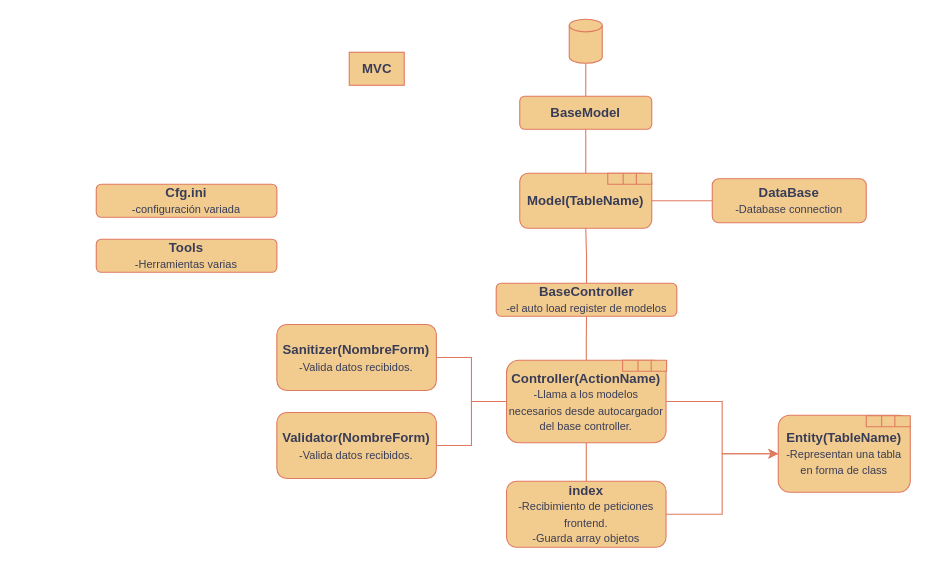
SergioCorredorT/destinyairlinesReact keeps this draw.io diagram as UML/Backend/5 DF_servidor.drawio. Above is the earlier version. Source tidied: cells renumbered, new cells numbered last; positions are measured from the earlier drawing's top-left corner, leaving out a move shared by most shapes. Both pictures are drawn from the tidied source at 110%, with x=0, y=0 at pixel (96, 19).
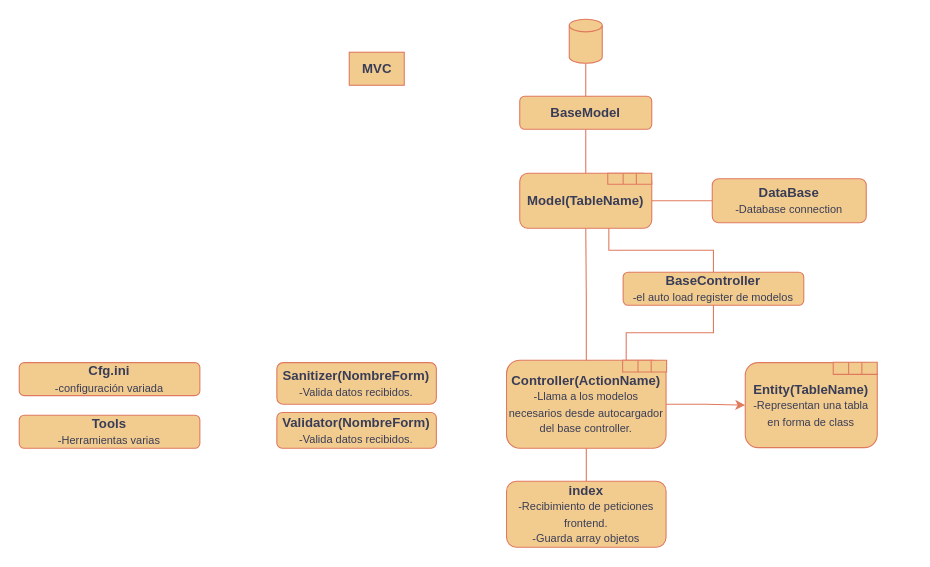
After the change.

The change refers to these unchanged cells:
```xml
<mxCell id="13" value="&lt;b&gt;index&lt;br&gt;&lt;/b&gt;&lt;font style=&quot;font-size: 10px;&quot;&gt;-Recibimiento de peticiones frontend.&lt;br&gt;-Guarda array objetos&lt;br&gt;&lt;/font&gt;" style="rounded=1;whiteSpace=wrap;html=1;fontSize=12;glass=0;strokeWidth=1;shadow=0;labelBackgroundColor=none;fillColor=#F2CC8F;strokeColor=#E07A5F;fontColor=#393C56;" parent="1" vertex="1">
  <mxGeometry x="373" y="420" width="145" height="60" as="geometry" />
</mxCell>
<mxCell id="30" value="&lt;b&gt;Model(TableName)&lt;/b&gt;" style="rounded=1;whiteSpace=wrap;html=1;fontSize=12;glass=0;strokeWidth=1;shadow=0;labelBackgroundColor=none;fillColor=#F2CC8F;strokeColor=#E07A5F;fontColor=#393C56;" parent="29" vertex="1">
  <mxGeometry width="120" height="50" as="geometry" />
</mxCell>
```

Diff of the diagram source:
```diff
@@
-    <mxCell id="8" style="edgeStyle=orthogonalEdgeStyle;rounded=0;jettySize=auto;html=1;entryX=0.5;entryY=1;entryDx=0;entryDy=0;endArrow=none;endFill=0;labelBackgroundColor=none;strokeColor=#E07A5F;fontColor=default;exitX=0.5;exitY=0;exitDx=0;exitDy=0;" parent="1" edge="1" source="38" target="30">
+    <mxCell id="8" style="edgeStyle=orthogonalEdgeStyle;rounded=0;jettySize=auto;html=1;entryX=0.675;entryY=0.96;entryDx=0;entryDy=0;endArrow=none;endFill=0;labelBackgroundColor=none;strokeColor=#E07A5F;fontColor=default;exitX=0.5;exitY=0;exitDx=0;exitDy=0;entryPerimeter=0;" parent="1" edge="1" source="38" target="30">
       <mxGeometry relative="1" as="geometry" />
     </mxCell>
-    <mxCell id="9" style="edgeStyle=orthogonalEdgeStyle;rounded=0;jettySize=auto;html=1;entryX=0;entryY=0.5;entryDx=0;entryDy=0;labelBackgroundColor=none;strokeColor=#E07A5F;fontColor=default;" parent="1" edge="1" source="13" target="23">
-      <mxGeometry relative="1" as="geometry" />
-    </mxCell>
-    <mxCell id="10" style="edgeStyle=orthogonalEdgeStyle;rounded=0;jettySize=auto;html=1;exitX=0;exitY=0.5;exitDx=0;exitDy=0;endArrow=none;endFill=0;labelBackgroundColor=none;strokeColor=#E07A5F;fontColor=default;entryX=1;entryY=0.5;entryDx=0;entryDy=0;" parent="1" edge="1" source="16" target="14">
-      <mxGeometry relative="1" as="geometry" />
-    </mxCell>
@@
-    <mxCell id="12" style="edgeStyle=orthogonalEdgeStyle;rounded=0;jettySize=auto;html=1;entryX=1;entryY=0.5;entryDx=0;entryDy=0;endArrow=none;endFill=0;exitX=0;exitY=0.5;exitDx=0;exitDy=0;labelBackgroundColor=none;strokeColor=#E07A5F;fontColor=default;" parent="1" edge="1" source="16" target="42">
-      <mxGeometry relative="1" as="geometry" />
-    </mxCell>
@@
     <mxCell id="14" value="&lt;b&gt;Validator(NombreForm)&lt;br&gt;&lt;/b&gt;&lt;font style=&quot;font-size: 10px;&quot;&gt;-Valida datos recibidos.&lt;/font&gt;" style="rounded=1;whiteSpace=wrap;html=1;fontSize=12;glass=0;strokeWidth=1;shadow=0;labelBackgroundColor=none;fillColor=#F2CC8F;strokeColor=#E07A5F;fontColor=#393C56;" parent="1" vertex="1">
-      <mxGeometry x="164.2" y="357.5" width="145" height="60" as="geometry" />
+      <mxGeometry x="164.2" y="357.5" width="145" height="32.5" as="geometry" />
     </mxCell>
     <mxCell id="15" style="group;labelBackgroundColor=none;fontColor=#393C56;" parent="1" vertex="1">
-      <mxGeometry x="373" y="310" width="145.5" height="75" as="geometry" />
+      <mxGeometry x="373" y="310" width="145.5" height="80" as="geometry" />
     </mxCell>
     <mxCell id="16" value="&lt;b&gt;Controller(ActionName)&lt;br&gt;&lt;/b&gt;&lt;font style=&quot;font-size: 10px;&quot;&gt;-Llama a los modelos necesarios desde autocargador del base controller.&lt;/font&gt;&lt;b&gt;&lt;br&gt;&lt;/b&gt;" style="rounded=1;whiteSpace=wrap;html=1;fontSize=12;glass=0;strokeWidth=1;shadow=0;labelBackgroundColor=none;fillColor=#F2CC8F;strokeColor=#E07A5F;fontColor=#393C56;" parent="15" vertex="1">
-      <mxGeometry width="145" height="75" as="geometry" />
+      <mxGeometry width="145" height="80" as="geometry" />
     </mxCell>
     <mxCell id="17" style="shape=table;startSize=0;childLayout=tableLayout;fontSize=16;labelBackgroundColor=none;fillColor=#F2CC8F;strokeColor=#E07A5F;fontColor=#393C56;" parent="15" vertex="1">
-      <mxGeometry x="105.5" width="40" height="10" as="geometry" />
+      <mxGeometry x="105.5" width="40" height="10.7" as="geometry" />
     </mxCell>
     <mxCell id="18" style="shape=tableRow;horizontal=0;startSize=0;swimlaneHead=0;swimlaneBody=0;strokeColor=#E07A5F;top=0;left=0;bottom=0;right=0;fillColor=none;fontSize=16;swimlaneLine=1;labelBackgroundColor=none;fontColor=#393C56;" parent="17" vertex="1">
-      <mxGeometry width="40" height="10" as="geometry" />
+      <mxGeometry width="40" height="11" as="geometry" />
     </mxCell>
     <mxCell id="19" style="shape=partialRectangle;html=1;whiteSpace=wrap;strokeColor=#E07A5F;overflow=hidden;fillColor=none;top=0;left=0;bottom=0;right=0;fontSize=16;labelBackgroundColor=none;fontColor=#393C56;" parent="18" vertex="1">
-      <mxGeometry width="14" height="10" as="geometry" />
+      <mxGeometry width="14" height="11" as="geometry" />
     </mxCell>
     <mxCell id="20" style="shape=partialRectangle;html=1;whiteSpace=wrap;strokeColor=#E07A5F;overflow=hidden;fillColor=none;top=0;left=0;bottom=0;right=0;fontSize=16;labelBackgroundColor=none;fontColor=#393C56;" parent="18" vertex="1">
-      <mxGeometry x="14" width="12" height="10" as="geometry" />
+      <mxGeometry x="14" width="12" height="11" as="geometry" />
     </mxCell>
     <mxCell id="21" style="shape=partialRectangle;html=1;whiteSpace=wrap;strokeColor=#E07A5F;overflow=hidden;fillColor=none;top=0;left=0;bottom=0;right=0;fontSize=16;labelBackgroundColor=none;fontColor=#393C56;" parent="18" vertex="1">
-      <mxGeometry x="26" width="14" height="10" as="geometry" />
+      <mxGeometry x="26" width="14" height="11" as="geometry" />
     </mxCell>
     <mxCell id="22" style="group;labelBackgroundColor=none;fontColor=#393C56;" parent="1" vertex="1">
-      <mxGeometry x="620" y="360" width="120" height="70.5" as="geometry" />
+      <mxGeometry x="590" y="312.2" width="120" height="77.8" as="geometry" />
     </mxCell>
     <mxCell id="23" value="&lt;b&gt;Entity(TableName)&lt;br&gt;&lt;/b&gt;&lt;font style=&quot;font-size: 10px;&quot;&gt;-Representan una tabla en forma de class&lt;/font&gt;" style="rounded=1;whiteSpace=wrap;html=1;fontSize=12;glass=0;strokeWidth=1;shadow=0;labelBackgroundColor=none;fillColor=#F2CC8F;strokeColor=#E07A5F;fontColor=#393C56;" parent="22" vertex="1">
-      <mxGeometry width="120" height="70" as="geometry" />
+      <mxGeometry width="120" height="77.2" as="geometry" />
     </mxCell>
     <mxCell id="24" style="shape=table;startSize=0;childLayout=tableLayout;fontSize=16;labelBackgroundColor=none;fillColor=#F2CC8F;strokeColor=#E07A5F;fontColor=#393C56;" parent="22" vertex="1">
-      <mxGeometry x="80" y="0.5" width="40" height="10" as="geometry" />
+      <mxGeometry x="80" y="-0.4" width="40" height="11" as="geometry" />
     </mxCell>
     <mxCell id="25" style="shape=tableRow;horizontal=0;startSize=0;swimlaneHead=0;swimlaneBody=0;strokeColor=#E07A5F;top=0;left=0;bottom=0;right=0;fillColor=none;fontSize=16;swimlaneLine=1;labelBackgroundColor=none;fontColor=#393C56;" parent="24" vertex="1">
-      <mxGeometry width="40" height="10" as="geometry" />
+      <mxGeometry width="40" height="11" as="geometry" />
     </mxCell>
     <mxCell id="26" style="shape=partialRectangle;html=1;whiteSpace=wrap;strokeColor=#E07A5F;overflow=hidden;fillColor=none;top=0;left=0;bottom=0;right=0;fontSize=16;labelBackgroundColor=none;fontColor=#393C56;" parent="25" vertex="1">
-      <mxGeometry width="14" height="10" as="geometry" />
+      <mxGeometry width="14" height="11" as="geometry" />
     </mxCell>
     <mxCell id="27" style="shape=partialRectangle;html=1;whiteSpace=wrap;strokeColor=#E07A5F;overflow=hidden;fillColor=none;top=0;left=0;bottom=0;right=0;fontSize=16;labelBackgroundColor=none;fontColor=#393C56;" parent="25" vertex="1">
-      <mxGeometry x="14" width="12" height="10" as="geometry" />
+      <mxGeometry x="14" width="12" height="11" as="geometry" />
     </mxCell>
     <mxCell id="28" style="shape=partialRectangle;html=1;whiteSpace=wrap;strokeColor=#E07A5F;overflow=hidden;fillColor=none;top=0;left=0;bottom=0;right=0;fontSize=16;labelBackgroundColor=none;fontColor=#393C56;" parent="25" vertex="1">
-      <mxGeometry x="26" width="14" height="10" as="geometry" />
+      <mxGeometry x="26" width="14" height="11" as="geometry" />
     </mxCell>
@@
     <mxCell id="38" value="&lt;b&gt;BaseController&lt;/b&gt;&lt;br&gt;&lt;font style=&quot;font-size: 10px;&quot;&gt;-el auto load register de modelos&lt;/font&gt;" style="rounded=1;whiteSpace=wrap;html=1;fontSize=12;glass=0;strokeWidth=1;shadow=0;labelBackgroundColor=none;fillColor=#F2CC8F;strokeColor=#E07A5F;fontColor=#393C56;" parent="1" vertex="1">
-      <mxGeometry x="363.6" y="240" width="164.2" height="30" as="geometry" />
+      <mxGeometry x="479" y="230" width="164.2" height="30" as="geometry" />
     </mxCell>
-    <mxCell id="39" style="edgeStyle=orthogonalEdgeStyle;rounded=0;jettySize=auto;html=1;entryX=0.5;entryY=1;entryDx=0;entryDy=0;endArrow=none;endFill=0;labelBackgroundColor=none;strokeColor=#E07A5F;fontColor=default;" parent="1" edge="1" source="16" target="38">
+    <mxCell id="39" style="edgeStyle=orthogonalEdgeStyle;rounded=0;jettySize=auto;html=1;entryX=0.5;entryY=1;entryDx=0;entryDy=0;endArrow=none;endFill=0;labelBackgroundColor=none;strokeColor=#E07A5F;fontColor=default;exitX=0.75;exitY=0;exitDx=0;exitDy=0;" parent="1" edge="1" source="16" target="38">
       <mxGeometry relative="1" as="geometry" />
     </mxCell>
     <mxCell id="40" value="&lt;b&gt;Cfg.ini&lt;/b&gt;&lt;br&gt;&lt;font style=&quot;font-size: 10px;&quot;&gt;-configuración variada&lt;/font&gt;" style="rounded=1;whiteSpace=wrap;html=1;fontSize=12;glass=0;strokeWidth=1;shadow=0;labelBackgroundColor=none;fillColor=#F2CC8F;strokeColor=#E07A5F;fontColor=#393C56;" parent="1" vertex="1">
-      <mxGeometry y="150" width="164.2" height="30" as="geometry" />
+      <mxGeometry x="-70" y="312.2" width="164.2" height="30" as="geometry" />
     </mxCell>
     <mxCell id="41" value="&lt;b&gt;Tools&lt;/b&gt;&lt;br&gt;&lt;font style=&quot;font-size: 10px;&quot;&gt;-Herramientas varias&lt;/font&gt;" style="rounded=1;whiteSpace=wrap;html=1;fontSize=12;glass=0;strokeWidth=1;shadow=0;labelBackgroundColor=none;fillColor=#F2CC8F;strokeColor=#E07A5F;fontColor=#393C56;" parent="1" vertex="1">
-      <mxGeometry y="200" width="164.2" height="30" as="geometry" />
+      <mxGeometry x="-70" y="360" width="164.2" height="30" as="geometry" />
     </mxCell>
     <mxCell id="42" value="&lt;b&gt;Sanitizer(NombreForm)&lt;br&gt;&lt;/b&gt;&lt;font style=&quot;font-size: 10px;&quot;&gt;-Valida datos recibidos.&lt;/font&gt;" style="rounded=1;whiteSpace=wrap;html=1;fontSize=12;glass=0;strokeWidth=1;shadow=0;labelBackgroundColor=none;fillColor=#F2CC8F;strokeColor=#E07A5F;fontColor=#393C56;" parent="1" vertex="1">
-      <mxGeometry x="164.2" y="277.5" width="145" height="60" as="geometry" />
+      <mxGeometry x="164.2" y="312.2" width="145" height="37.8" as="geometry" />
     </mxCell>
+    <mxCell id="43" style="edgeStyle=orthogonalEdgeStyle;rounded=0;jettySize=auto;html=1;exitX=0.5;exitY=0;exitDx=0;exitDy=0;entryX=0.5;entryY=1;entryDx=0;entryDy=0;endArrow=none;endFill=0;labelBackgroundColor=none;strokeColor=#E07A5F;fontColor=default;" parent="1" edge="1" source="16" target="30">
+      <mxGeometry relative="1" as="geometry" />
+    </mxCell>
```
